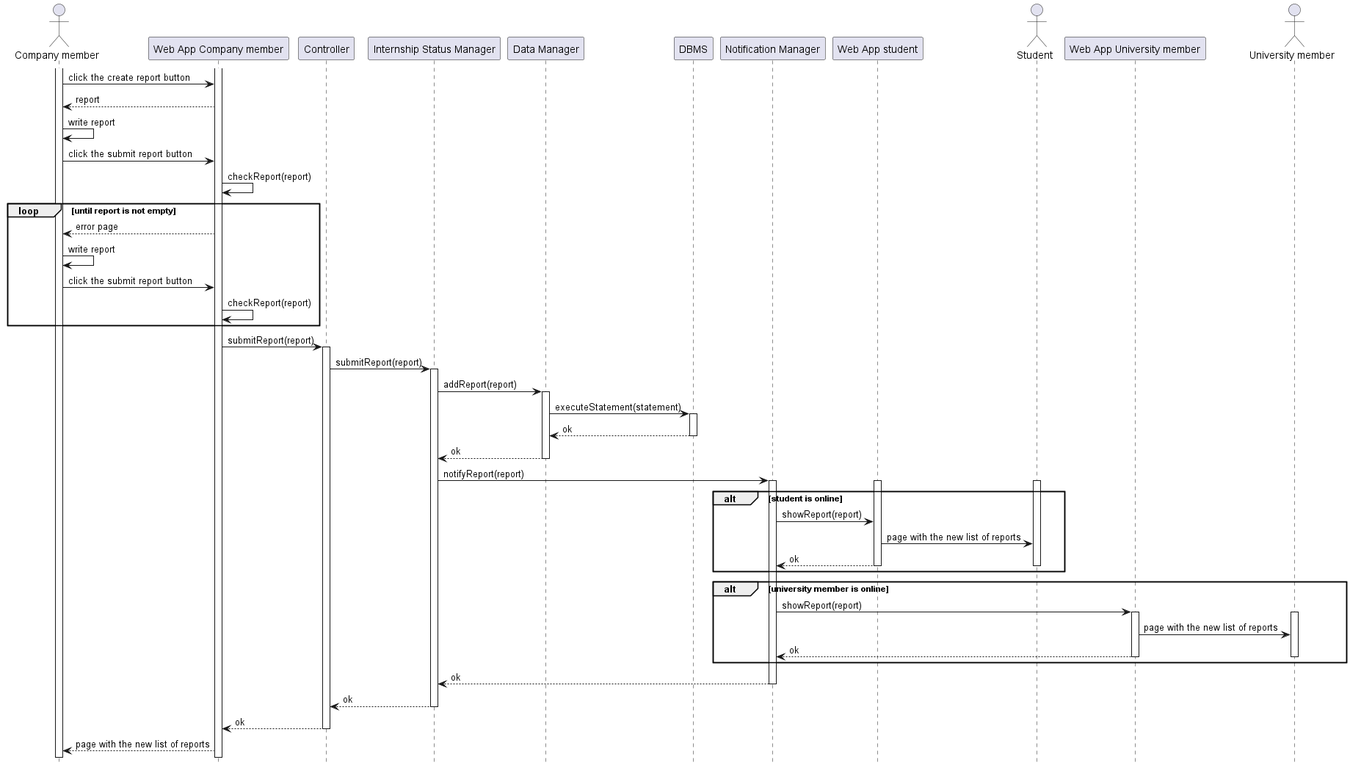
This is DD/Architectural_design/uml_diagrams/RV25_diagram.png from matti8702/R_and_DD_project_SE2, a PlantUML export, as it was before one commit.
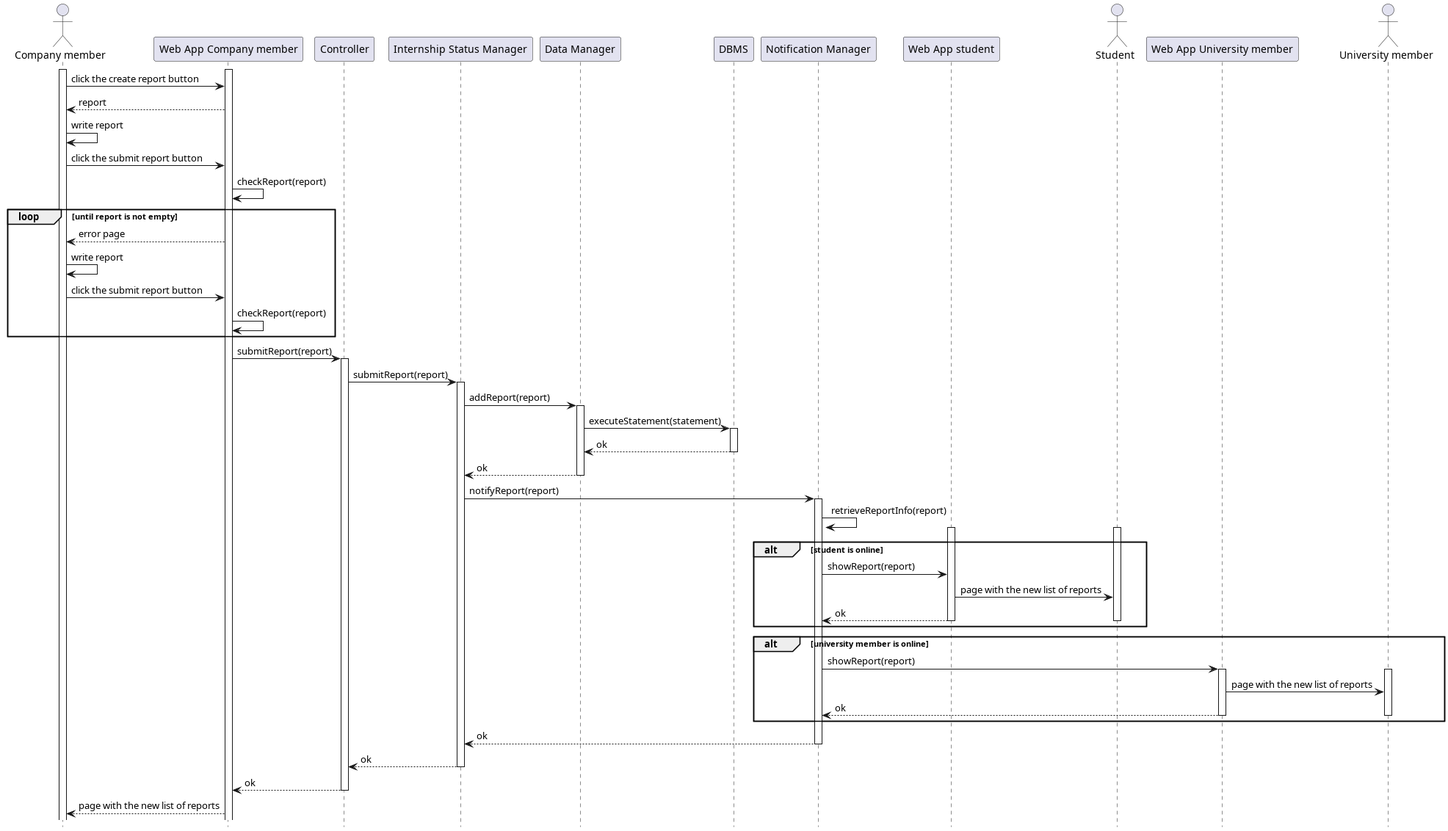
Later version of the same file.

The edit, as a diff of the source:
```diff
@@ -40,6 +40,7 @@
 deactivate DM
 IM -> NM : notifyReport(report)
 activate NM
+NM -> NM : retrieveReportInfo(report)
 alt student is online
     activate WAST
     activate ST
```
